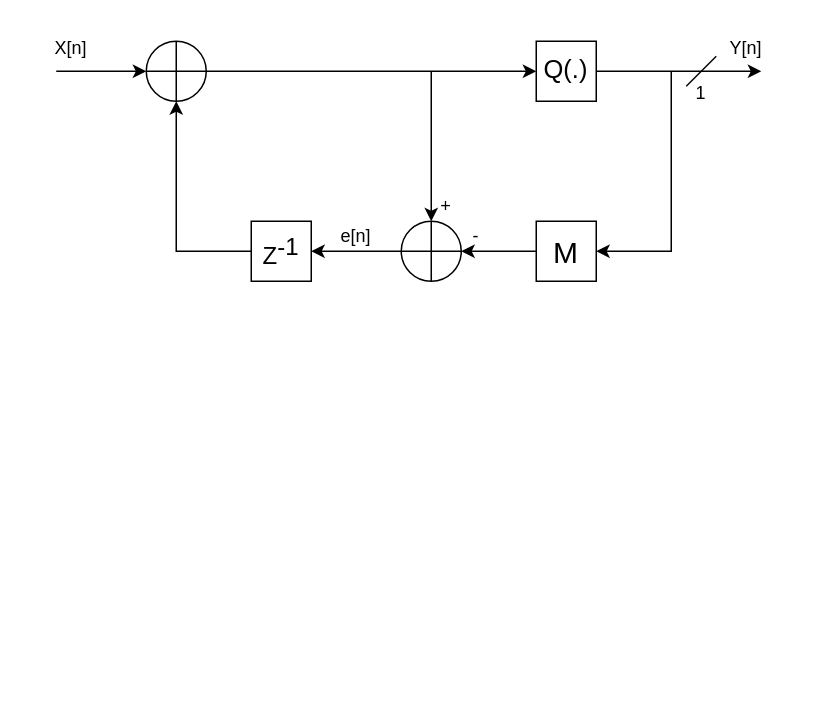
This is DDSM.drawio from CodeWithManojkumar/Electronics_Lab_EE29208, a draw.io file, before an edit. Source tidied: cells renumbered, new cells numbered last; positions are measured from the earlier drawing's top-left corner, leaving out a move shared by most shapes. Both pictures are drawn from the tidied source at 150%, with x=0, y=0 at pixel (26, 26).
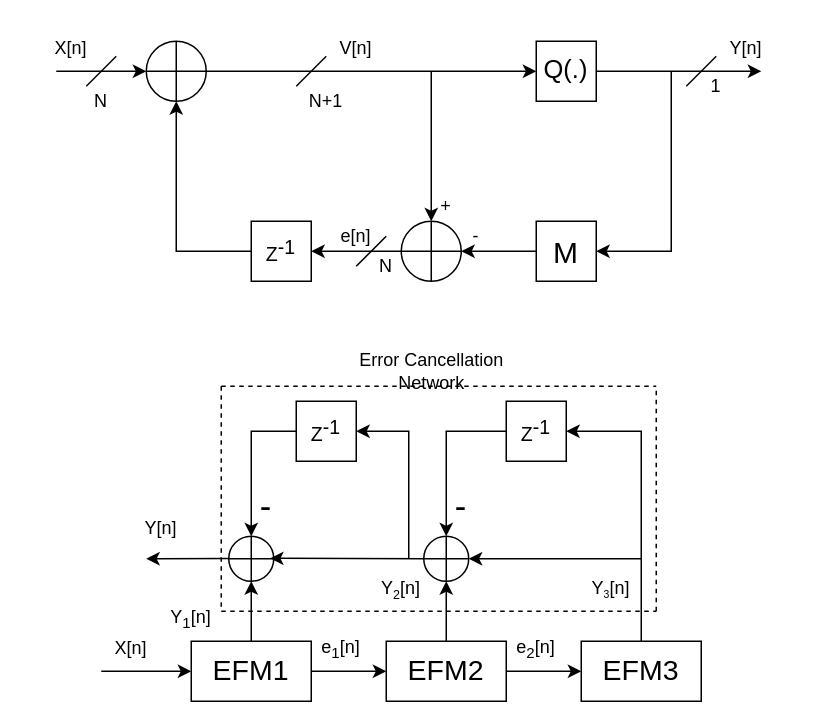
The same diagram, later.

The edit, as a diff of the source:
```diff
@@
-    <mxCell id="2" value="Z&lt;sup style=&quot;font-size: 16px;&quot;&gt;-1&lt;/sup&gt;" style="whiteSpace=wrap;html=1;fontFamily=palatino;fontSize=16;" parent="1" vertex="1">
+    <mxCell id="2" value="Z&lt;sup style=&quot;font-size: 13px;&quot;&gt;-1&lt;/sup&gt;" style="whiteSpace=wrap;html=1;fontFamily=palatino;fontSize=13;" parent="1" vertex="1">
       <mxGeometry x="150" y="130" width="40" height="40" as="geometry" />
     </mxCell>
@@
     <mxCell id="18" value="&lt;font face=&quot;palatino&quot;&gt;1&lt;/font&gt;" style="text;strokeColor=none;align=center;fillColor=none;html=1;verticalAlign=middle;whiteSpace=wrap;rounded=0;" parent="1" vertex="1">
-      <mxGeometry x="420" y="30" width="60" height="30" as="geometry" />
+      <mxGeometry x="450" y="30" width="20" height="20" as="geometry" />
     </mxCell>
@@
+    <mxCell id="22" value="&lt;font style=&quot;font-size: 19px;&quot;&gt;EFM1&lt;/font&gt;" style="rounded=0;whiteSpace=wrap;html=1;fontFamily=palatino;" parent="1" vertex="1">
+      <mxGeometry x="110" y="410" width="80" height="40" as="geometry" />
+    </mxCell>
+    <mxCell id="23" style="endArrow=classic;html=1;rounded=0;entryX=0;entryY=0.5;entryDx=0;entryDy=0;" parent="1" edge="1" target="22">
+      <mxGeometry relative="1" as="geometry">
+        <mxPoint x="50" y="430" as="sourcePoint" />
+        <Array as="points">
+          <mxPoint x="50" y="430" />
+        </Array>
+      </mxGeometry>
+    </mxCell>
+    <mxCell id="24" style="endArrow=classic;html=1;rounded=0;exitX=1;exitY=0.5;exitDx=0;exitDy=0;" parent="1" edge="1" source="22">
+      <mxGeometry relative="1" as="geometry">
+        <mxPoint x="240" y="430" as="targetPoint" />
+      </mxGeometry>
+    </mxCell>
+    <mxCell id="25" style="endArrow=classic;html=1;rounded=0;exitX=0.5;exitY=0;exitDx=0;exitDy=0;" parent="1" edge="1" source="22">
+      <mxGeometry relative="1" as="geometry">
+        <mxPoint x="150" y="370" as="targetPoint" />
+      </mxGeometry>
+    </mxCell>
+    <mxCell id="26" value="&lt;font style=&quot;font-size: 19px;&quot;&gt;EFM2&lt;/font&gt;" style="rounded=0;whiteSpace=wrap;html=1;fontFamily=palatino;" parent="1" vertex="1">
+      <mxGeometry x="240" y="410" width="80" height="40" as="geometry" />
+    </mxCell>
+    <mxCell id="27" style="endArrow=classic;html=1;rounded=0;exitX=1;exitY=0.5;exitDx=0;exitDy=0;" parent="1" edge="1" source="26">
+      <mxGeometry relative="1" as="geometry">
+        <mxPoint x="370" y="430" as="targetPoint" />
+      </mxGeometry>
+    </mxCell>
+    <mxCell id="28" style="endArrow=classic;html=1;rounded=0;exitX=0.5;exitY=0;exitDx=0;exitDy=0;" parent="1" edge="1" source="26">
+      <mxGeometry relative="1" as="geometry">
+        <mxPoint x="280" y="370" as="targetPoint" />
+      </mxGeometry>
+    </mxCell>
+    <mxCell id="29" value="&lt;font style=&quot;font-size: 19px;&quot;&gt;EFM3&lt;/font&gt;" style="rounded=0;whiteSpace=wrap;html=1;fontFamily=palatino;" parent="1" vertex="1">
+      <mxGeometry x="370" y="410" width="80" height="40" as="geometry" />
+    </mxCell>
+    <mxCell id="30" style="endArrow=classic;html=1;rounded=0;exitX=0.5;exitY=0;exitDx=0;exitDy=0;entryX=1;entryY=0.5;entryDx=0;entryDy=0;" parent="1" edge="1" source="29" target="33">
+      <mxGeometry relative="1" as="geometry">
+        <Array as="points">
+          <mxPoint x="410" y="270" />
+        </Array>
+      </mxGeometry>
+    </mxCell>
+    <mxCell id="31" style="verticalLabelPosition=bottom;verticalAlign=top;html=1;shape=mxgraph.flowchart.summing_function;" parent="1" vertex="1">
+      <mxGeometry x="135" y="340" width="30" height="30" as="geometry" />
+    </mxCell>
+    <mxCell id="32" style="verticalLabelPosition=bottom;verticalAlign=top;html=1;shape=mxgraph.flowchart.summing_function;" parent="1" vertex="1">
+      <mxGeometry x="265" y="340" width="30" height="30" as="geometry" />
+    </mxCell>
+    <mxCell id="33" value="Z&lt;sup style=&quot;font-size: 13px;&quot;&gt;-1&lt;/sup&gt;" style="whiteSpace=wrap;html=1;fontFamily=palatino;fontSize=13;" parent="1" vertex="1">
+      <mxGeometry x="320" y="250" width="40" height="40" as="geometry" />
+    </mxCell>
+    <mxCell id="34" value="Z&lt;sup style=&quot;font-size: 13px;&quot;&gt;-1&lt;/sup&gt;" style="whiteSpace=wrap;html=1;fontFamily=palatino;fontSize=13;" parent="1" vertex="1">
+      <mxGeometry x="180" y="250" width="40" height="40" as="geometry" />
+    </mxCell>
+    <mxCell id="35" style="endArrow=classic;html=1;rounded=0;entryX=0.5;entryY=0;entryDx=0;entryDy=0;entryPerimeter=0;exitX=0;exitY=0.5;exitDx=0;exitDy=0;" parent="1" edge="1" source="33" target="32">
+      <mxGeometry relative="1" as="geometry">
+        <Array as="points">
+          <mxPoint x="280" y="270" />
+        </Array>
+      </mxGeometry>
+    </mxCell>
+    <mxCell id="36" style="endArrow=classic;html=1;rounded=0;entryX=1;entryY=0.5;entryDx=0;entryDy=0;entryPerimeter=0;" parent="1" edge="1" target="32">
+      <mxGeometry relative="1" as="geometry">
+        <mxPoint x="410" y="355" as="sourcePoint" />
+      </mxGeometry>
+    </mxCell>
+    <mxCell id="37" style="endArrow=classic;html=1;rounded=0;entryX=1;entryY=0.5;entryDx=0;entryDy=0;entryPerimeter=0;exitX=0;exitY=0.5;exitDx=0;exitDy=0;exitPerimeter=0;" parent="1" edge="1" source="32">
+      <mxGeometry relative="1" as="geometry">
+        <mxPoint x="162.5" y="354.7" as="targetPoint" />
+      </mxGeometry>
+    </mxCell>
+    <mxCell id="38" style="endArrow=classic;html=1;rounded=0;entryX=0.5;entryY=0;entryDx=0;entryDy=0;entryPerimeter=0;" parent="1" edge="1">
+      <mxGeometry relative="1" as="geometry">
+        <mxPoint x="180" y="270" as="sourcePoint" />
+        <mxPoint x="150" y="340" as="targetPoint" />
+        <Array as="points">
+          <mxPoint x="150" y="270" />
+        </Array>
+      </mxGeometry>
+    </mxCell>
+    <mxCell id="39" style="endArrow=classic;html=1;rounded=0;entryX=1;entryY=0.5;entryDx=0;entryDy=0;exitX=0;exitY=0.5;exitDx=0;exitDy=0;exitPerimeter=0;" parent="1" edge="1">
+      <mxGeometry relative="1" as="geometry">
+        <mxPoint x="255" y="355" as="sourcePoint" />
+        <mxPoint x="220" y="270" as="targetPoint" />
+        <Array as="points">
+          <mxPoint x="255" y="270" />
+        </Array>
+      </mxGeometry>
+    </mxCell>
+    <mxCell id="40" value="-" style="text;strokeColor=none;align=center;fillColor=none;html=1;verticalAlign=middle;whiteSpace=wrap;rounded=0;fontSize=23;" parent="1" vertex="1">
+      <mxGeometry x="280" y="310" width="20" height="20" as="geometry" />
+    </mxCell>
+    <mxCell id="41" value="-" style="text;strokeColor=none;align=center;fillColor=none;html=1;verticalAlign=middle;whiteSpace=wrap;rounded=0;fontSize=23;" parent="1" vertex="1">
+      <mxGeometry x="150" y="310" width="20" height="20" as="geometry" />
+    </mxCell>
+    <mxCell id="42" style="endArrow=none;html=1;rounded=0;" parent="1" edge="1">
+      <mxGeometry relative="1" as="geometry">
+        <mxPoint x="40" y="40" as="sourcePoint" />
+        <mxPoint x="60" y="20" as="targetPoint" />
+      </mxGeometry>
+    </mxCell>
+    <mxCell id="43" value="N" style="text;strokeColor=none;align=center;fillColor=none;html=1;verticalAlign=middle;whiteSpace=wrap;rounded=0;fontFamily=palatino;" parent="1" vertex="1">
+      <mxGeometry x="40" y="40" width="20" height="20" as="geometry" />
+    </mxCell>
+    <mxCell id="44" style="endArrow=none;html=1;rounded=0;" parent="1" edge="1">
+      <mxGeometry relative="1" as="geometry">
+        <mxPoint x="220" y="160" as="sourcePoint" />
+        <mxPoint x="240" y="140" as="targetPoint" />
+      </mxGeometry>
+    </mxCell>
+    <mxCell id="45" value="N" style="text;strokeColor=none;align=center;fillColor=none;html=1;verticalAlign=middle;whiteSpace=wrap;rounded=0;fontFamily=palatino;" parent="1" vertex="1">
+      <mxGeometry x="230" y="150" width="20" height="20" as="geometry" />
+    </mxCell>
+    <mxCell id="46" style="endArrow=none;html=1;rounded=0;" parent="1" edge="1">
+      <mxGeometry relative="1" as="geometry">
+        <mxPoint x="180" y="40" as="sourcePoint" />
+        <mxPoint x="200" y="20" as="targetPoint" />
+      </mxGeometry>
+    </mxCell>
+    <mxCell id="47" value="N+1" style="text;strokeColor=none;align=center;fillColor=none;html=1;verticalAlign=middle;whiteSpace=wrap;rounded=0;fontFamily=palatino;" parent="1" vertex="1">
+      <mxGeometry x="190" y="40" width="20" height="20" as="geometry" />
+    </mxCell>
+    <mxCell id="48" value="&lt;font face=&quot;palatino&quot;&gt;V[n]&lt;/font&gt;" style="text;strokeColor=none;align=center;fillColor=none;html=1;verticalAlign=middle;whiteSpace=wrap;rounded=0;" parent="1" vertex="1">
+      <mxGeometry x="190" width="60" height="30" as="geometry" />
+    </mxCell>
+    <mxCell id="49" style="endArrow=classic;html=1;rounded=0;exitX=0;exitY=0.5;exitDx=0;exitDy=0;exitPerimeter=0;" parent="1" edge="1">
+      <mxGeometry relative="1" as="geometry">
+        <mxPoint x="135" y="354.9" as="sourcePoint" />
+        <mxPoint x="80" y="355" as="targetPoint" />
+      </mxGeometry>
+    </mxCell>
+    <mxCell id="50" style="endArrow=none;dashed=1;html=1;rounded=0;" parent="1" edge="1">
+      <mxGeometry relative="1" as="geometry">
+        <mxPoint x="130" y="240" as="sourcePoint" />
+        <mxPoint x="420" y="240" as="targetPoint" />
+      </mxGeometry>
+    </mxCell>
+    <mxCell id="51" style="endArrow=none;dashed=1;html=1;rounded=0;" parent="1" edge="1">
+      <mxGeometry relative="1" as="geometry">
+        <mxPoint x="130" y="240" as="sourcePoint" />
+        <mxPoint x="130" y="390" as="targetPoint" />
+      </mxGeometry>
+    </mxCell>
+    <mxCell id="52" style="endArrow=none;dashed=1;html=1;rounded=0;" parent="1" edge="1">
+      <mxGeometry relative="1" as="geometry">
+        <mxPoint x="420" y="390" as="sourcePoint" />
+        <mxPoint x="420" y="240" as="targetPoint" />
+      </mxGeometry>
+    </mxCell>
+    <mxCell id="53" style="endArrow=none;dashed=1;html=1;rounded=0;" parent="1" edge="1">
+      <mxGeometry relative="1" as="geometry">
+        <mxPoint x="130" y="390" as="sourcePoint" />
+        <mxPoint x="420" y="390" as="targetPoint" />
+      </mxGeometry>
+    </mxCell>
+    <mxCell id="54" value="&lt;font face=&quot;palatino&quot;&gt;Error Cancellation Network&lt;/font&gt;" style="text;strokeColor=none;align=center;fillColor=none;html=1;verticalAlign=middle;whiteSpace=wrap;rounded=0;" parent="1" vertex="1">
+      <mxGeometry x="197.5" y="220" width="145" height="20" as="geometry" />
+    </mxCell>
+    <mxCell id="55" value="&lt;font face=&quot;palatino&quot;&gt;X[n]&lt;/font&gt;" style="text;strokeColor=none;align=center;fillColor=none;html=1;verticalAlign=middle;whiteSpace=wrap;rounded=0;" parent="1" vertex="1">
+      <mxGeometry x="40" y="400" width="60" height="30" as="geometry" />
+    </mxCell>
+    <mxCell id="56" value="&lt;font face=&quot;palatino&quot;&gt;Y&lt;sub&gt;1&lt;/sub&gt;&lt;/font&gt;&lt;span style=&quot;font-family: palatino; background-color: initial;&quot;&gt;[n]&lt;/span&gt;" style="text;strokeColor=none;align=center;fillColor=none;html=1;verticalAlign=middle;whiteSpace=wrap;rounded=0;" parent="1" vertex="1">
+      <mxGeometry x="80" y="380" width="60" height="30" as="geometry" />
+    </mxCell>
+    <mxCell id="57" value="&lt;font face=&quot;palatino&quot;&gt;Y&lt;span style=&quot;font-size: 10px;&quot;&gt;&lt;sub&gt;2&lt;/sub&gt;&lt;/span&gt;&lt;/font&gt;&lt;span style=&quot;font-family: palatino; background-color: initial;&quot;&gt;[n]&lt;/span&gt;" style="text;strokeColor=none;align=center;fillColor=none;html=1;verticalAlign=middle;whiteSpace=wrap;rounded=0;" parent="1" vertex="1">
+      <mxGeometry x="220" y="360" width="60" height="30" as="geometry" />
+    </mxCell>
+    <mxCell id="58" value="&lt;font face=&quot;palatino&quot;&gt;Y&lt;span style=&quot;font-size: 8.33333px;&quot;&gt;&lt;sub&gt;3&lt;/sub&gt;&lt;/span&gt;&lt;/font&gt;&lt;span style=&quot;font-family: palatino; background-color: initial;&quot;&gt;[n]&lt;/span&gt;" style="text;strokeColor=none;align=center;fillColor=none;html=1;verticalAlign=middle;whiteSpace=wrap;rounded=0;" parent="1" vertex="1">
+      <mxGeometry x="360" y="360" width="60" height="30" as="geometry" />
+    </mxCell>
+    <mxCell id="59" value="&lt;font face=&quot;palatino&quot;&gt;e&lt;sub&gt;1&lt;/sub&gt;[n&lt;/font&gt;&lt;span style=&quot;font-family: palatino; background-color: initial;&quot;&gt;]&lt;/span&gt;" style="text;strokeColor=none;align=center;fillColor=none;html=1;verticalAlign=middle;whiteSpace=wrap;rounded=0;" parent="1" vertex="1">
+      <mxGeometry x="190" y="405" width="40" height="20" as="geometry" />
+    </mxCell>
+    <mxCell id="60" value="&lt;font face=&quot;palatino&quot;&gt;e&lt;sub&gt;2&lt;/sub&gt;[n&lt;/font&gt;&lt;span style=&quot;font-family: palatino; background-color: initial;&quot;&gt;]&lt;/span&gt;" style="text;strokeColor=none;align=center;fillColor=none;html=1;verticalAlign=middle;whiteSpace=wrap;rounded=0;" parent="1" vertex="1">
+      <mxGeometry x="320" y="405" width="40" height="20" as="geometry" />
+    </mxCell>
+    <mxCell id="61" value="&lt;font face=&quot;palatino&quot;&gt;Y[n]&lt;/font&gt;" style="text;strokeColor=none;align=center;fillColor=none;html=1;verticalAlign=middle;whiteSpace=wrap;rounded=0;" parent="1" vertex="1">
+      <mxGeometry x="60" y="320" width="60" height="30" as="geometry" />
+    </mxCell>
```
